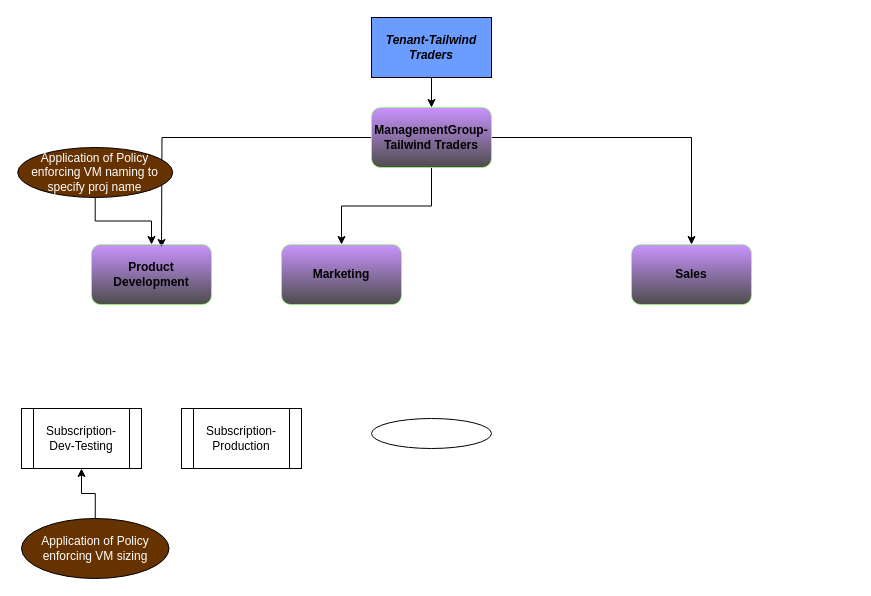
This is CreateBook/task1.drawio from vivekbahl/azure-functions-rest-api, a draw.io file, before an edit. Source tidied: cells renumbered, new cells numbered last; positions are measured from the earlier drawing's top-left corner, leaving out a move shared by most shapes. Both pictures are drawn from the tidied source at 100%, with x=0, y=0 at pixel (17, 17).
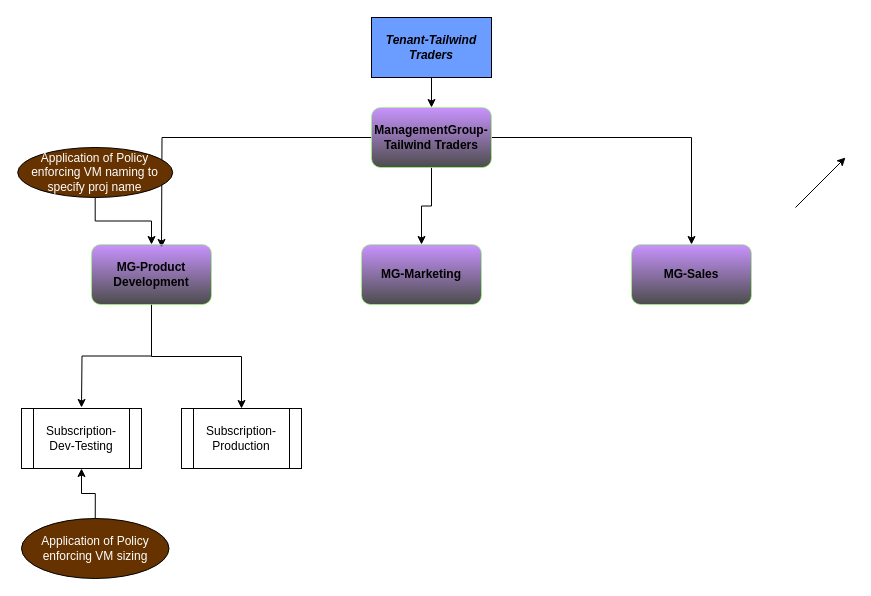
Above is the later version.

Unchanged cells that the change refers to:
```xml
<mxCell id="12" value="Subscription-Production" style="shape=process;whiteSpace=wrap;html=1;backgroundOutline=1;" parent="1" vertex="1">
  <mxGeometry x="164" y="391" width="120" height="60" as="geometry" />
</mxCell>
```

The edit, as a diff of the source:
```diff
@@
+    <mxCell id="18" style="edgeStyle=orthogonalEdgeStyle;rounded=0;jettySize=auto;html=1;exitX=0.5;exitY=1;exitDx=0;exitDy=0;" parent="1" edge="1" source="8">
+      <mxGeometry relative="1" as="geometry">
+        <mxPoint x="64" y="390" as="targetPoint" />
+      </mxGeometry>
+    </mxCell>
+    <mxCell id="19" style="edgeStyle=orthogonalEdgeStyle;rounded=0;jettySize=auto;html=1;exitX=0.5;exitY=1;exitDx=0;exitDy=0;entryX=0.5;entryY=0;entryDx=0;entryDy=0;" parent="1" edge="1" source="8" target="12">
+      <mxGeometry relative="1" as="geometry" />
+    </mxCell>
-    <mxCell id="8" value="Product Development" style="rounded=1;whiteSpace=wrap;html=1;strokeColor=#99FF6E;fillStyle=dashed;fillColor=#B266FF;opacity=70;fontStyle=1;fontSize=12;gradientColor=default;" parent="1" vertex="1">
+    <mxCell id="8" value="MG-Product Development" style="rounded=1;whiteSpace=wrap;html=1;strokeColor=#99FF6E;fillStyle=dashed;fillColor=#B266FF;opacity=70;fontStyle=1;fontSize=12;gradientColor=default;" parent="1" vertex="1">
       <mxGeometry x="74" y="227" width="120" height="60" as="geometry" />
     </mxCell>
-    <mxCell id="9" value="Marketing" style="rounded=1;whiteSpace=wrap;html=1;strokeColor=#99FF6E;fillStyle=dashed;fillColor=#B266FF;opacity=70;fontStyle=1;fontSize=12;gradientColor=default;" parent="1" vertex="1">
-      <mxGeometry x="264" y="227" width="120" height="60" as="geometry" />
+    <mxCell id="9" value="MG-Marketing" style="rounded=1;whiteSpace=wrap;html=1;strokeColor=#99FF6E;fillStyle=dashed;fillColor=#B266FF;opacity=70;fontStyle=1;fontSize=12;gradientColor=default;" parent="1" vertex="1">
+      <mxGeometry x="344" y="227" width="120" height="60" as="geometry" />
     </mxCell>
-    <mxCell id="10" value="Sales" style="rounded=1;whiteSpace=wrap;html=1;strokeColor=#99FF6E;fillStyle=dashed;fillColor=#B266FF;opacity=70;fontStyle=1;fontSize=12;gradientColor=default;" parent="1" vertex="1">
+    <mxCell id="10" value="MG-Sales" style="rounded=1;whiteSpace=wrap;html=1;strokeColor=#99FF6E;fillStyle=dashed;fillColor=#B266FF;opacity=70;fontStyle=1;fontSize=12;gradientColor=default;" parent="1" vertex="1">
       <mxGeometry x="614" y="227" width="120" height="60" as="geometry" />
     </mxCell>
@@
-    <mxCell id="13" style="ellipse;whiteSpace=wrap;html=1;" parent="1" vertex="1">
-      <mxGeometry x="354" y="401" width="120" height="30" as="geometry" />
-    </mxCell>
@@
+    <mxCell id="20" style="endArrow=classic;html=1;rounded=0;" parent="1" edge="1">
+      <mxGeometry relative="1" as="geometry">
+        <mxPoint x="778" y="190" as="sourcePoint" />
+        <mxPoint x="828" y="140" as="targetPoint" />
+      </mxGeometry>
+    </mxCell>
```
